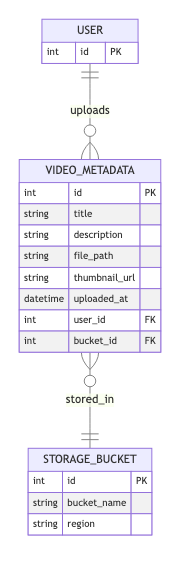
The Mermaid diagram docs/Video-Upload-Service.mmd.png in hoptacxa/System-Design-of-Online-Video-Sharing-Platform, before a commit. Its source is kept beside it as docs/Video-Upload-Service.mmd.
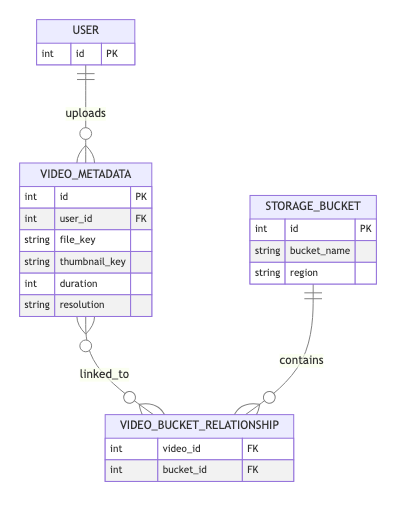
Above is the later version.

Commit message:
Refactor Video Upload Service ER diagram to include new metadata fields and relationships

The edit, as a diff of the source:
```diff
@@ -4,18 +4,21 @@
     }
     VIDEO_METADATA {
         int id PK
-        string title
-        string description
-        string file_path
-        string thumbnail_url
-        datetime uploaded_at
         int user_id FK
-        int bucket_id FK
+        string file_key
+        string thumbnail_key
+        int duration
+        string resolution
     }
     STORAGE_BUCKET {
         int id PK
         string bucket_name
         string region
     }
+    VIDEO_BUCKET_RELATIONSHIP {
+        int video_id FK
+        int bucket_id FK
+    }
     USER ||--o{ VIDEO_METADATA: "uploads"
-    VIDEO_METADATA }o--|| STORAGE_BUCKET: "stored_in"
+    VIDEO_METADATA }o--o{ VIDEO_BUCKET_RELATIONSHIP: "linked_to"
+    STORAGE_BUCKET ||--o{ VIDEO_BUCKET_RELATIONSHIP: "contains"
```
